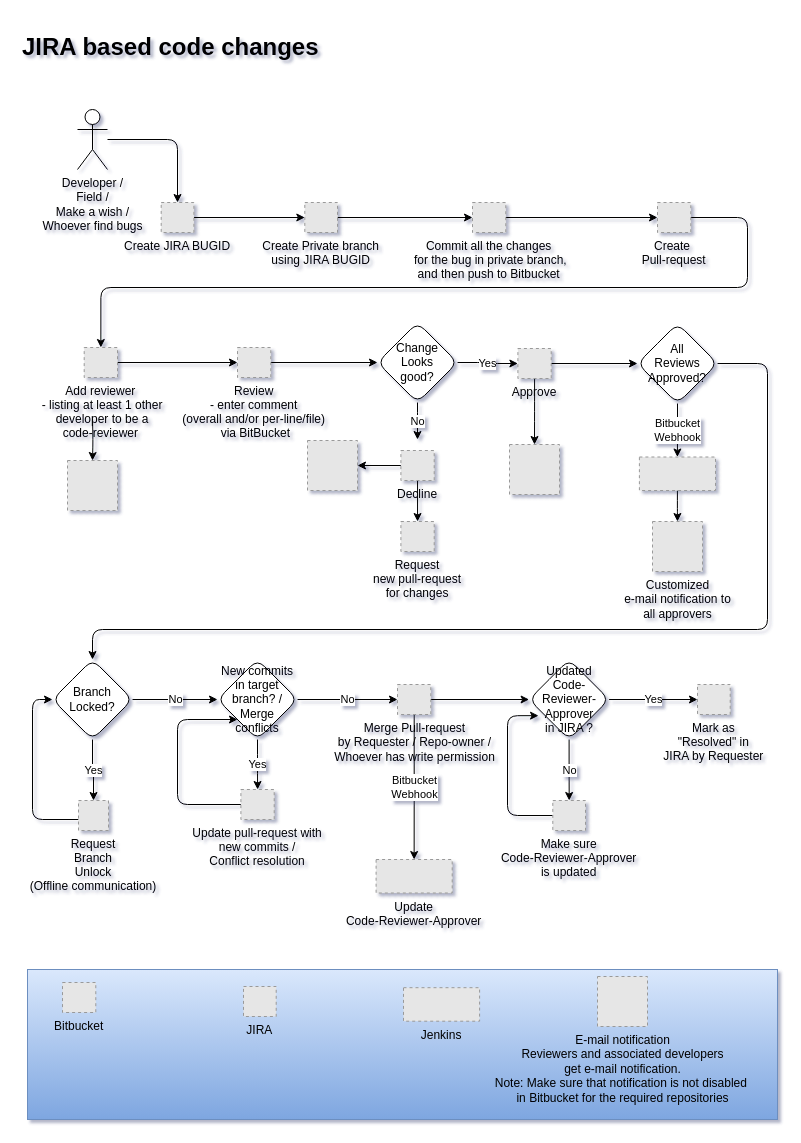
Above: page "Dev-Workflow" (1 of 3) of ReviewProcess.drawio in satheesh-nainar/draw-io (draw.io), before the change. Source tidied: cells renumbered, new cells numbered last; positions are measured from the earlier drawing's top-left corner, leaving out a move shared by most shapes. Both pictures are drawn from the tidied source at 100%, with x=0, y=0 at pixel (17, 27). Pictures stored in the file or linked from it are replaced by grey dashed boxes.
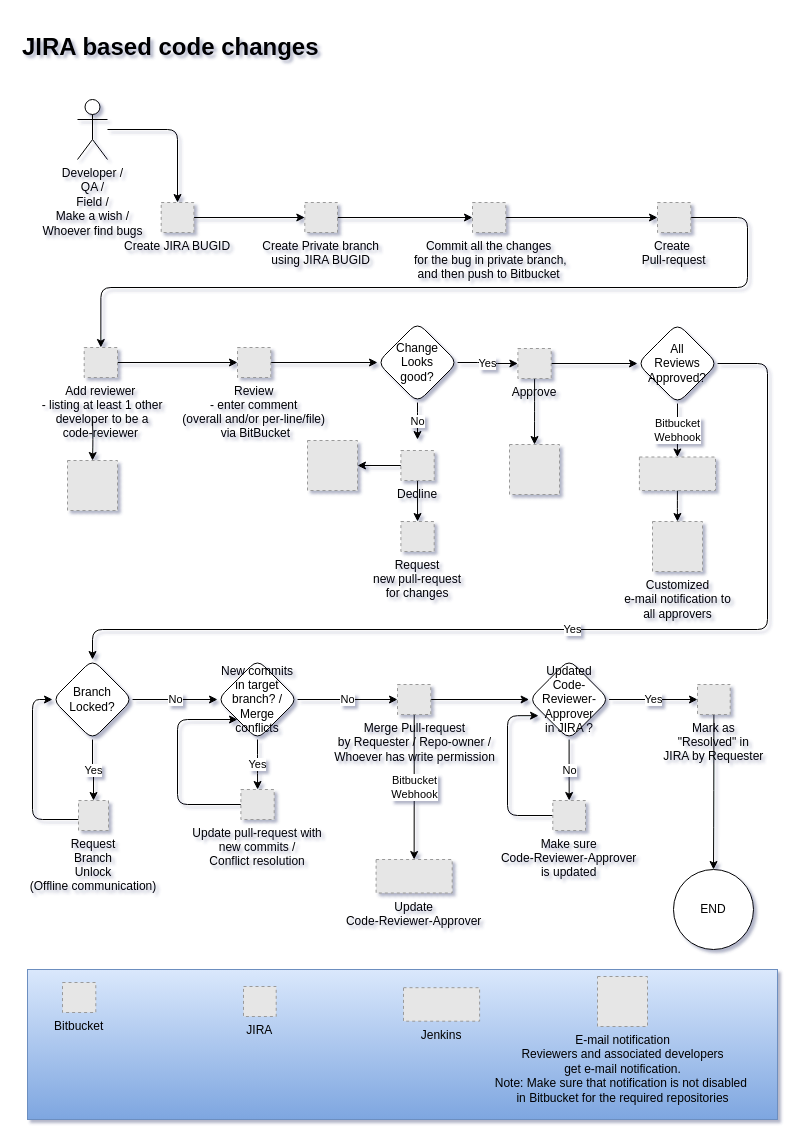
The same diagram, later.

The change refers to these unchanged cells:
```xml
<mxCell id="12" value="All&lt;br&gt;Reviews&lt;br&gt;Approved?" style="rhombus;whiteSpace=wrap;html=1;rounded=1;" parent="1" vertex="1">
  <mxGeometry x="620" y="296" width="80" height="80" as="geometry" />
</mxCell>
<mxCell id="43" value="Branch&lt;br&gt;Locked?" style="rhombus;whiteSpace=wrap;html=1;rounded=1;" parent="1" vertex="1">
  <mxGeometry x="35" y="632" width="80" height="80" as="geometry" />
</mxCell>
<mxCell id="48" value="Mark as&#10;&quot;Resolved&quot; in&#10;JIRA by Requester" style="fillColor=#E6E6E6;strokeColor=#999999;dashed=1;verticalLabelPosition=bottom;verticalAlign=top;" parent="1" vertex="1">
  <mxGeometry x="680" y="657" width="32.7" height="30" as="geometry" />
</mxCell>
```

What changed in the source:
```diff
@@
-    <mxCell id="6" value="Developer /&lt;br&gt;Field /&lt;br&gt;Make a wish /&lt;br&gt;Whoever find bugs" style="shape=umlActor;verticalLabelPosition=bottom;verticalAlign=top;html=1;outlineConnect=0;rounded=1;" parent="1" vertex="1">
-      <mxGeometry x="60" y="82" width="30" height="60" as="geometry" />
+    <mxCell id="6" value="Developer /&lt;br&gt;QA /&lt;br&gt;Field /&lt;br&gt;Make a wish /&lt;br&gt;Whoever find bugs" style="shape=umlActor;verticalLabelPosition=bottom;verticalAlign=top;html=1;outlineConnect=0;rounded=1;" parent="1" vertex="1">
+      <mxGeometry x="60" y="72" width="30" height="60" as="geometry" />
     </mxCell>
@@
-    <mxCell id="11" style="edgeStyle=orthogonalEdgeStyle;sketch=0;jettySize=auto;html=1;entryX=0.5;entryY=0;entryDx=0;entryDy=0;rounded=1;" parent="1" edge="1" source="12" target="43">
+    <mxCell id="11" value="Yes" style="edgeStyle=orthogonalEdgeStyle;sketch=0;jettySize=auto;html=1;entryX=0.5;entryY=0;entryDx=0;entryDy=0;rounded=1;" parent="1" edge="1" source="12" target="43">
       <mxGeometry relative="1" as="geometry">
         <Array as="points">
           <mxPoint x="750" y="336" />
           <mxPoint x="750" y="602" />
         </Array>
       </mxGeometry>
     </mxCell>
@@
+    <mxCell id="62" style="edgeStyle=orthogonalEdgeStyle;curved=1;rounded=1;sketch=0;jettySize=auto;html=1;entryX=0.5;entryY=0;entryDx=0;entryDy=0;" parent="1" edge="1" source="48" target="63">
+      <mxGeometry relative="1" as="geometry" />
+    </mxCell>
@@
+    <mxCell id="63" value="END" style="ellipse;whiteSpace=wrap;html=1;rounded=0;labelBackgroundColor=none;sketch=0;" parent="1" vertex="1">
+      <mxGeometry x="656" y="842" width="80" height="80" as="geometry" />
+    </mxCell>
```
